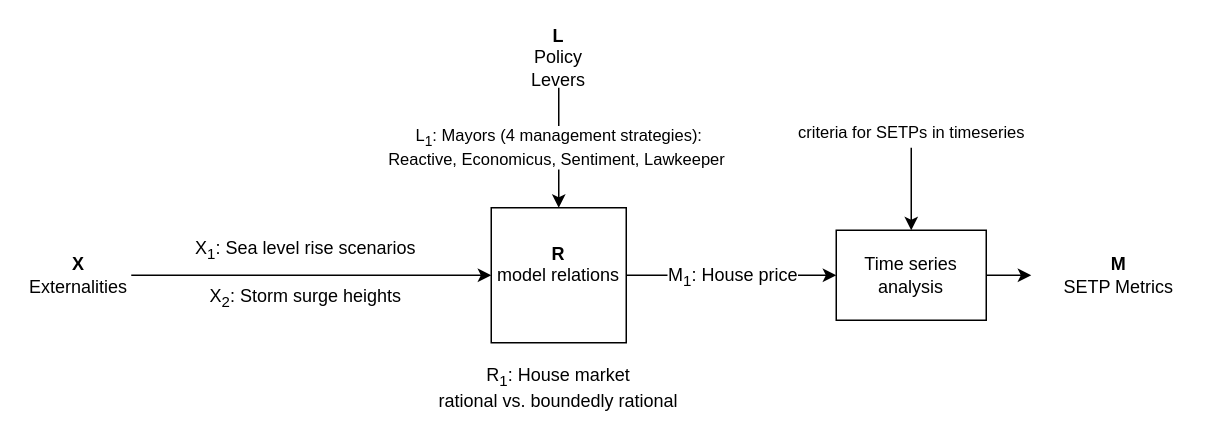
Earlier version of the draw.io diagram Drawings/XLRM.dio (keesvanginkel/Urban-SETP). Source tidied: cells renumbered, new cells numbered last; positions are measured from the earlier drawing's top-left corner, leaving out a move shared by most shapes. Both pictures are drawn from the tidied source at 150%, with x=0, y=0 at pixel (26, 27).
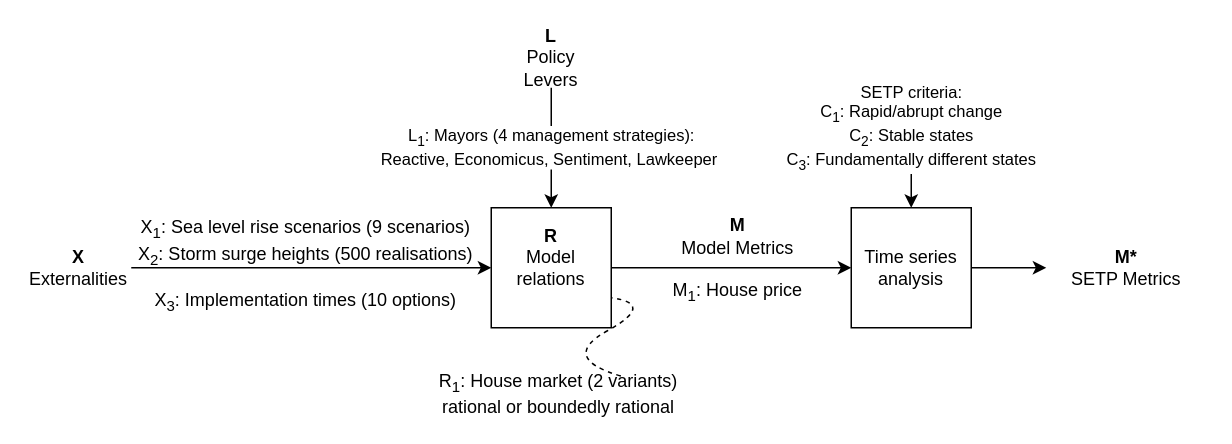
After the change.

Unchanged cells that the change refers to:
```xml
<mxCell id="2" style="edgeStyle=orthogonalEdgeStyle;rounded=0;html=1;exitX=1;exitY=0.5;jettySize=auto;entryX=0;entryY=0.5;" parent="1" edge="1" source="4" target="12">
  <mxGeometry relative="1" as="geometry" />
</mxCell>
<mxCell id="6" style="endArrow=classic;html=1;entryX=0;entryY=0.5;" parent="1" edge="1" source="5" target="4">
  <mxGeometry relative="1" as="geometry" />
</mxCell>
```

What changed in the source:
```diff
@@
-    <mxCell id="3" value="M&lt;sub&gt;1&lt;/sub&gt;: House price" style="text;html=1;align=center;verticalAlign=middle;labelBackgroundColor=#ffffff;" parent="2" vertex="1">
+    <mxCell id="3" value="&lt;div&gt;&lt;b&gt;M&lt;/b&gt;&lt;/div&gt;&lt;div&gt;Model Metrics&lt;/div&gt;&lt;div&gt;&lt;br&gt;&lt;/div&gt;M&lt;sub&gt;1&lt;/sub&gt;: House price" style="text;html=1;align=center;verticalAlign=middle;labelBackgroundColor=none;" parent="2" vertex="1">
       <mxGeometry x="0.3" y="2" relative="1" as="geometry">
-        <mxPoint x="-21" y="2" as="offset" />
+        <mxPoint x="-21" y="-4" as="offset" />
       </mxGeometry>
     </mxCell>
-    <mxCell id="4" value="&lt;b&gt;R&lt;/b&gt;&lt;div&gt;model relations&lt;/div&gt;&lt;div&gt;&lt;br&gt;&lt;/div&gt;" style="whiteSpace=wrap;html=1;" parent="1" vertex="1">
-      <mxGeometry x="310" y="120" width="90" height="90" as="geometry" />
+    <mxCell id="4" value="&lt;b&gt;R&lt;/b&gt;&lt;div&gt;Model relations&lt;/div&gt;&lt;div&gt;&lt;br&gt;&lt;/div&gt;" style="whiteSpace=wrap;html=1;" parent="1" vertex="1">
+      <mxGeometry x="310" y="120" width="80" height="80" as="geometry" />
     </mxCell>
     <mxCell id="5" value="&lt;div&gt;&lt;b&gt;X&lt;/b&gt;&lt;/div&gt;Externalities" style="text;html=1;strokeColor=none;fillColor=none;align=center;verticalAlign=middle;whiteSpace=wrap;rounded=0;" parent="1" vertex="1">
-      <mxGeometry y="155" width="70" height="20" as="geometry" />
+      <mxGeometry y="150" width="70" height="20" as="geometry" />
     </mxCell>
@@
-    <mxCell id="7" value="X&lt;sub&gt;1&lt;/sub&gt;: Sea level rise scenarios&lt;div&gt;&lt;br&gt;&lt;div&gt;X&lt;sub&gt;2&lt;/sub&gt;: Storm surge heights&lt;/div&gt;&lt;/div&gt;" style="text;html=1;align=center;verticalAlign=middle;labelBackgroundColor=none;" parent="6" vertex="1">
+    <mxCell id="7" value="X&lt;sub&gt;1&lt;/sub&gt;: Sea level rise scenarios (9 scenarios)&lt;div&gt;&lt;div&gt;X&lt;sub&gt;2&lt;/sub&gt;: Storm surge heights (500 realisations)&lt;/div&gt;&lt;/div&gt;&lt;div&gt;&lt;br&gt;&lt;/div&gt;&lt;div&gt;X&lt;sub&gt;3&lt;/sub&gt;: Implementation times (10 options)&lt;/div&gt;" style="text;html=1;align=center;verticalAlign=middle;labelBackgroundColor=none;" parent="6" vertex="1">
       <mxGeometry x="0.23" y="-3" relative="1" as="geometry">
         <mxPoint x="-33" y="-5" as="offset" />
       </mxGeometry>
     </mxCell>
@@
     <mxCell id="9" value="&lt;div&gt;&lt;b&gt;L&lt;/b&gt;&lt;/div&gt;Policy Levers" style="text;html=1;strokeColor=none;fillColor=none;align=center;verticalAlign=middle;whiteSpace=wrap;rounded=0;" parent="1" vertex="1">
-      <mxGeometry x="335" width="40" height="40" as="geometry" />
+      <mxGeometry x="330" width="40" height="40" as="geometry" />
     </mxCell>
-    <mxCell id="10" value="&lt;div&gt;&lt;b&gt;M&lt;/b&gt;&lt;/div&gt;&lt;div&gt;SETP Metrics&lt;/div&gt;" style="text;html=1;strokeColor=none;fillColor=none;align=center;verticalAlign=middle;whiteSpace=wrap;rounded=0;" parent="1" vertex="1">
-      <mxGeometry x="670" y="145" width="117" height="40" as="geometry" />
+    <mxCell id="10" value="&lt;div&gt;&lt;b&gt;M*&lt;/b&gt;&lt;/div&gt;&lt;div&gt;SETP Metrics&lt;/div&gt;" style="text;html=1;strokeColor=none;fillColor=none;align=center;verticalAlign=middle;whiteSpace=wrap;rounded=0;" parent="1" vertex="1">
+      <mxGeometry x="680" y="140" width="107" height="40" as="geometry" />
     </mxCell>
-    <mxCell id="11" style="edgeStyle=orthogonalEdgeStyle;rounded=0;html=1;exitX=1;exitY=0.5;entryX=0;entryY=0.5;jettySize=auto;" parent="1" edge="1" source="12" target="10">
+    <mxCell id="11" style="edgeStyle=orthogonalEdgeStyle;rounded=0;html=1;exitX=1;exitY=0.5;endArrow=classic;endFill=1;jettySize=auto;" parent="1" edge="1" source="12" target="10">
       <mxGeometry relative="1" as="geometry" />
     </mxCell>
     <mxCell id="12" value="Time series analysis" style="rounded=0;whiteSpace=wrap;html=1;" parent="1" vertex="1">
-      <mxGeometry x="540" y="135" width="100" height="60" as="geometry" />
+      <mxGeometry x="550" y="120" width="80" height="80" as="geometry" />
     </mxCell>
-    <mxCell id="13" value="R&lt;sub&gt;1&lt;/sub&gt;: House market&lt;div&gt;rational vs.&amp;nbsp;&lt;span style=&quot;letter-spacing: 0px&quot;&gt;boundedly rational&lt;/span&gt;&lt;/div&gt;" style="text;html=1;strokeColor=none;fillColor=none;align=center;verticalAlign=middle;whiteSpace=wrap;rounded=0;" parent="1" vertex="1">
-      <mxGeometry x="165" y="230" width="380" height="20" as="geometry" />
+    <mxCell id="13" value="R&lt;sub&gt;1&lt;/sub&gt;: House market (2 variants)&lt;div&gt;rational or&amp;nbsp;&lt;span style=&quot;letter-spacing: 0px&quot;&gt;boundedly rational&lt;/span&gt;&lt;/div&gt;" style="text;html=1;strokeColor=none;fillColor=none;align=center;verticalAlign=middle;whiteSpace=wrap;rounded=0;" parent="1" vertex="1">
+      <mxGeometry x="165" y="234" width="380" height="20" as="geometry" />
     </mxCell>
-    <mxCell id="14" value="criteria for SETPs in timeseries" style="endArrow=classic;html=1;entryX=0.5;entryY=0;" parent="1" edge="1" target="12">
+    <mxCell id="14" value="SETP criteria:&lt;div&gt;C&lt;sub&gt;1&lt;/sub&gt;: Rapid/abrupt change&lt;/div&gt;&lt;div&gt;C&lt;sub&gt;2&lt;/sub&gt;: Stable states&lt;/div&gt;&lt;div&gt;C&lt;sub&gt;3&lt;/sub&gt;: Fundamentally different states&lt;/div&gt;" style="endArrow=classic;html=1;" parent="1" edge="1">
       <mxGeometry x="-1" y="-10" relative="1" as="geometry">
-        <mxPoint x="590" y="80" as="sourcePoint" />
+        <mxPoint x="590" y="77" as="sourcePoint" />
+        <mxPoint x="590" y="120" as="targetPoint" />
         <mxPoint x="10" y="-10" as="offset" />
       </mxGeometry>
     </mxCell>
+    <mxCell id="15" style="curved=1;endArrow=none;html=1;dashed=1;endFill=0;exitX=0.609;exitY=-0.09;exitPerimeter=0;entryX=1;entryY=0.75;" parent="1" edge="1" source="13" target="4">
+      <mxGeometry relative="1" as="geometry">
+        <Array as="points">
+          <mxPoint x="355" y="220" />
+          <mxPoint x="420" y="184" />
+        </Array>
+      </mxGeometry>
+    </mxCell>
```
